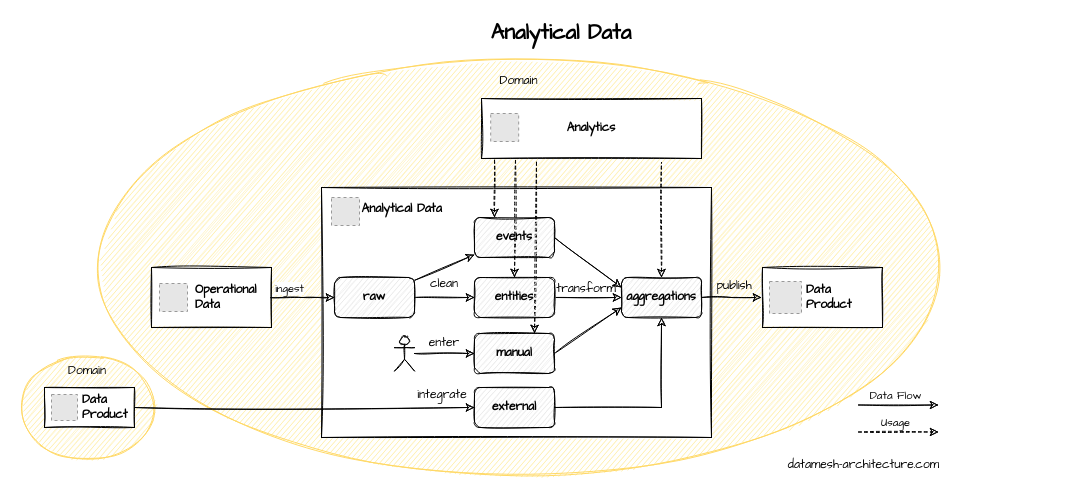
Before: diagrams/analyticaldata.drawio in datamesh-architecture/datamesh-architecture.com, a draw.io diagram. Source tidied: cells renumbered, new cells numbered last; positions are measured from the earlier drawing's top-left corner, leaving out a move shared by most shapes. Both pictures are drawn from the tidied source at 100%, with x=0, y=0 at pixel (17, 17). Pictures stored in the file or linked from it are replaced by grey dashed boxes.
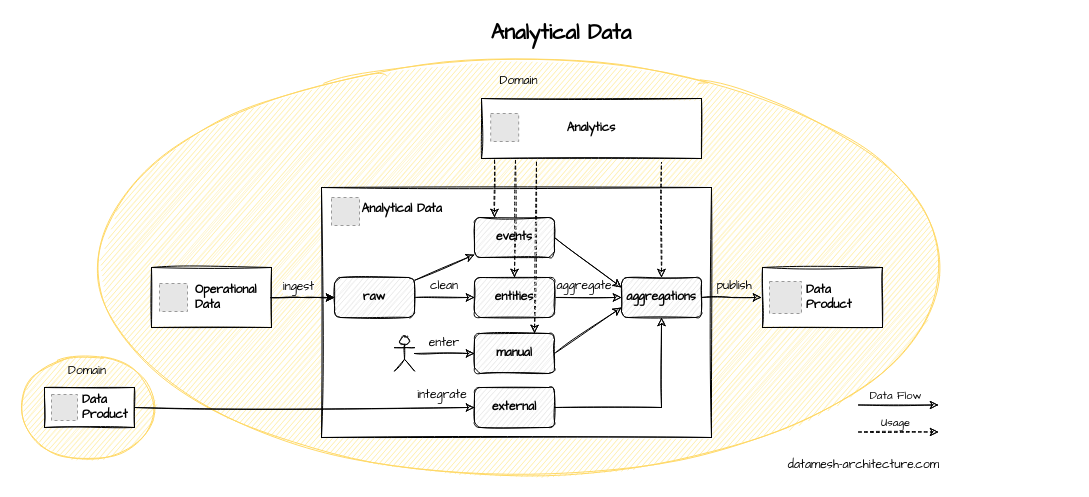
After the change.

Unchanged cells that the change refers to:
```xml
<mxCell id="6" style="edgeStyle=orthogonalEdgeStyle;rounded=0;jettySize=auto;html=1;startArrow=classic;startFill=1;endArrow=none;endFill=0;exitX=0;exitY=0.5;exitDx=0;exitDy=0;fontFamily=Architects Daughter;sketch=1;" parent="1" edge="1" source="14">
  <mxGeometry relative="1" as="geometry">
    <mxPoint x="251" y="280" as="targetPoint" />
  </mxGeometry>
</mxCell>
<mxCell id="14" value="raw" style="rounded=1;whiteSpace=wrap;html=1;fontStyle=1;fontFamily=Architects Daughter;sketch=1;fillStyle=hachure;fillColor=#E3E3E3;" parent="1" vertex="1">
  <mxGeometry x="317" y="260" width="80" height="40" as="geometry" />
</mxCell>
<mxCell id="34" value="Operational &lt;br&gt;Data" style="rounded=0;whiteSpace=wrap;html=1;fontStyle=1;sketch=1;fontFamily=Architects Daughter;align=left;spacingLeft=42;" parent="33" vertex="1">
  <mxGeometry width="120" height="60" as="geometry" />
</mxCell>
```

Diff of the diagram source:
```diff
@@
-    <mxCell id="7" value="ingest" style="edgeLabel;html=1;align=center;verticalAlign=middle;fontFamily=Architects Daughter;sketch=1;" parent="6" vertex="1">
+    <mxCell id="7" value="ingest" style="edgeLabel;html=1;align=center;verticalAlign=middle;fontFamily=Architects Daughter;sketch=1;fontSize=12;" parent="6" vertex="1">
       <mxGeometry x="-0.07" y="2" relative="1" as="geometry">
-        <mxPoint x="-15" y="-12" as="offset" />
+        <mxPoint x="-6" y="-13" as="offset" />
       </mxGeometry>
     </mxCell>
@@
     <mxCell id="21" value="clean" style="text;html=1;strokeColor=none;fillColor=none;align=center;verticalAlign=middle;whiteSpace=wrap;rounded=0;fontFamily=Architects Daughter;sketch=1;" parent="1" vertex="1">
-      <mxGeometry x="397" y="252" width="60" height="30" as="geometry" />
+      <mxGeometry x="397" y="254" width="60" height="30" as="geometry" />
     </mxCell>
@@
-    <mxCell id="27" value="transform" style="text;html=1;strokeColor=none;fillColor=none;align=center;verticalAlign=middle;whiteSpace=wrap;rounded=0;fontFamily=Architects Daughter;sketch=1;" parent="1" vertex="1">
-      <mxGeometry x="539" y="257" width="60" height="30" as="geometry" />
+    <mxCell id="27" value="aggregate" style="text;html=1;strokeColor=none;fillColor=none;align=center;verticalAlign=middle;whiteSpace=wrap;rounded=0;fontFamily=Architects Daughter;sketch=1;" parent="1" vertex="1">
+      <mxGeometry x="537" y="254" width="60" height="30" as="geometry" />
     </mxCell>
@@
+    <mxCell id="49" style="edgeStyle=orthogonalEdgeStyle;rounded=0;jettySize=auto;html=1;" parent="1" edge="1" source="34" target="14">
+      <mxGeometry relative="1" as="geometry" />
+    </mxCell>
```
